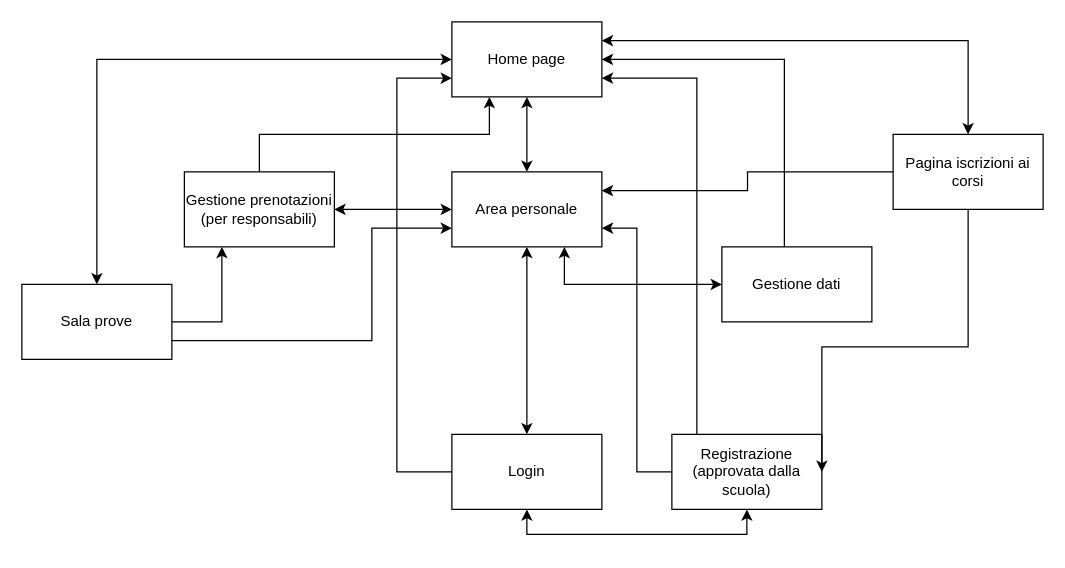
Above: Albero_funzionalità.drawio in pirvllv/PWeb-Project_25-26_Ancri-Piralla-Suanno (draw.io), before the change. Source tidied: cells renumbered, new cells numbered last; positions are measured from the earlier drawing's top-left corner, leaving out a move shared by most shapes. Both pictures are drawn from the tidied source at 125%, with x=0, y=0 at pixel (21, 21).
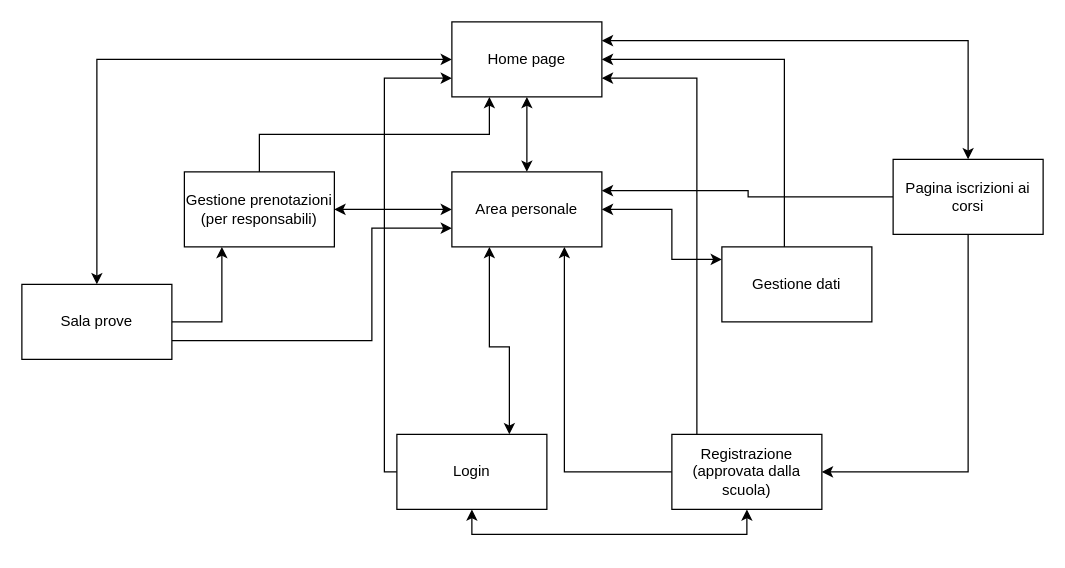
Above is the later version.

The change refers to these unchanged cells:
```xml
<mxCell id="6" value="Home page" style="rounded=0;whiteSpace=wrap;html=1;" parent="1" vertex="1">
  <mxGeometry x="344" width="120" height="60" as="geometry" />
</mxCell>
<mxCell id="12" value="Area personale" style="rounded=0;whiteSpace=wrap;html=1;" parent="1" vertex="1">
  <mxGeometry x="344" y="120" width="120" height="60" as="geometry" />
</mxCell>
<mxCell id="15" value="Registrazione&lt;div&gt;(approvata dalla scuola&lt;span style=&quot;background-color: transparent; color: light-dark(rgb(0, 0, 0), rgb(255, 255, 255));&quot;&gt;)&lt;/span&gt;&lt;/div&gt;" style="rounded=0;whiteSpace=wrap;html=1;" parent="1" vertex="1">
  <mxGeometry x="520" y="330" width="120" height="60" as="geometry" />
</mxCell>
<mxCell id="25" value="Gestione dati" style="rounded=0;whiteSpace=wrap;html=1;" parent="1" vertex="1">
  <mxGeometry x="560" y="180" width="120" height="60" as="geometry" />
</mxCell>
```

Diff of the diagram source:
```diff
@@
     <mxCell id="8" style="edgeStyle=orthogonalEdgeStyle;rounded=0;jettySize=auto;html=1;entryX=0;entryY=0.75;entryDx=0;entryDy=0;" parent="1" edge="1" source="9" target="6">
       <mxGeometry relative="1" as="geometry">
         <Array as="points">
-          <mxPoint x="300" y="360" />
-          <mxPoint x="300" y="45" />
+          <mxPoint x="290" y="360" />
+          <mxPoint x="290" y="45" />
         </Array>
       </mxGeometry>
     </mxCell>
     <mxCell id="9" value="Login" style="rounded=0;whiteSpace=wrap;html=1;" parent="1" vertex="1">
-      <mxGeometry x="344" y="330" width="120" height="60" as="geometry" />
+      <mxGeometry x="300" y="330" width="120" height="60" as="geometry" />
     </mxCell>
-    <mxCell id="10" style="edgeStyle=orthogonalEdgeStyle;rounded=0;jettySize=auto;html=1;entryX=0.5;entryY=0;entryDx=0;entryDy=0;startArrow=classic;startFill=1;" parent="1" edge="1" source="12" target="9">
-      <mxGeometry relative="1" as="geometry" />
+    <mxCell id="10" style="edgeStyle=orthogonalEdgeStyle;rounded=0;jettySize=auto;html=1;startArrow=classic;startFill=1;exitX=0.25;exitY=1;exitDx=0;exitDy=0;entryX=0.75;entryY=0;entryDx=0;entryDy=0;" parent="1" edge="1" source="12" target="9">
+      <mxGeometry relative="1" as="geometry">
+        <Array as="points">
+          <mxPoint x="374" y="260" />
+          <mxPoint x="390" y="260" />
+        </Array>
+      </mxGeometry>
     </mxCell>
@@
-    <mxCell id="13" style="edgeStyle=orthogonalEdgeStyle;rounded=0;jettySize=auto;html=1;entryX=1;entryY=0.75;entryDx=0;entryDy=0;" parent="1" edge="1" source="15" target="12">
-      <mxGeometry relative="1" as="geometry" />
+    <mxCell id="13" style="edgeStyle=orthogonalEdgeStyle;rounded=0;jettySize=auto;html=1;entryX=0.75;entryY=1;entryDx=0;entryDy=0;" parent="1" edge="1" source="15" target="12">
+      <mxGeometry relative="1" as="geometry">
+        <Array as="points">
+          <mxPoint x="434" y="360" />
+        </Array>
+      </mxGeometry>
     </mxCell>
@@
     <mxCell id="20" style="edgeStyle=orthogonalEdgeStyle;rounded=0;jettySize=auto;html=1;entryX=1;entryY=0.5;entryDx=0;entryDy=0;exitX=0.5;exitY=1;exitDx=0;exitDy=0;" parent="1" edge="1" source="22" target="15">
       <mxGeometry relative="1" as="geometry">
         <Array as="points">
-          <mxPoint x="757" y="260" />
+          <mxPoint x="757" y="360" />
         </Array>
       </mxGeometry>
     </mxCell>
     <mxCell id="21" style="edgeStyle=orthogonalEdgeStyle;rounded=0;jettySize=auto;html=1;entryX=1;entryY=0.25;entryDx=0;entryDy=0;" parent="1" edge="1" source="22" target="12">
-      <mxGeometry relative="1" as="geometry" />
+      <mxGeometry relative="1" as="geometry">
+        <Array as="points">
+          <mxPoint x="581" y="140" />
+          <mxPoint x="581" y="135" />
+        </Array>
+      </mxGeometry>
     </mxCell>
     <mxCell id="22" value="Pagina iscrizioni ai corsi" style="rounded=0;whiteSpace=wrap;html=1;" parent="1" vertex="1">
-      <mxGeometry x="697" y="90" width="120" height="60" as="geometry" />
+      <mxGeometry x="697" y="110" width="120" height="60" as="geometry" />
     </mxCell>
-    <mxCell id="23" style="edgeStyle=orthogonalEdgeStyle;rounded=0;jettySize=auto;html=1;entryX=0.75;entryY=1;entryDx=0;entryDy=0;startArrow=classic;startFill=1;" parent="1" edge="1" source="25" target="12">
-      <mxGeometry relative="1" as="geometry" />
+    <mxCell id="23" style="edgeStyle=orthogonalEdgeStyle;rounded=0;jettySize=auto;html=1;startArrow=classic;startFill=1;entryX=1;entryY=0.5;entryDx=0;entryDy=0;" parent="1" edge="1" source="25" target="12">
+      <mxGeometry relative="1" as="geometry">
+        <Array as="points">
+          <mxPoint x="520" y="190" />
+          <mxPoint x="520" y="150" />
+        </Array>
+      </mxGeometry>
     </mxCell>
```
